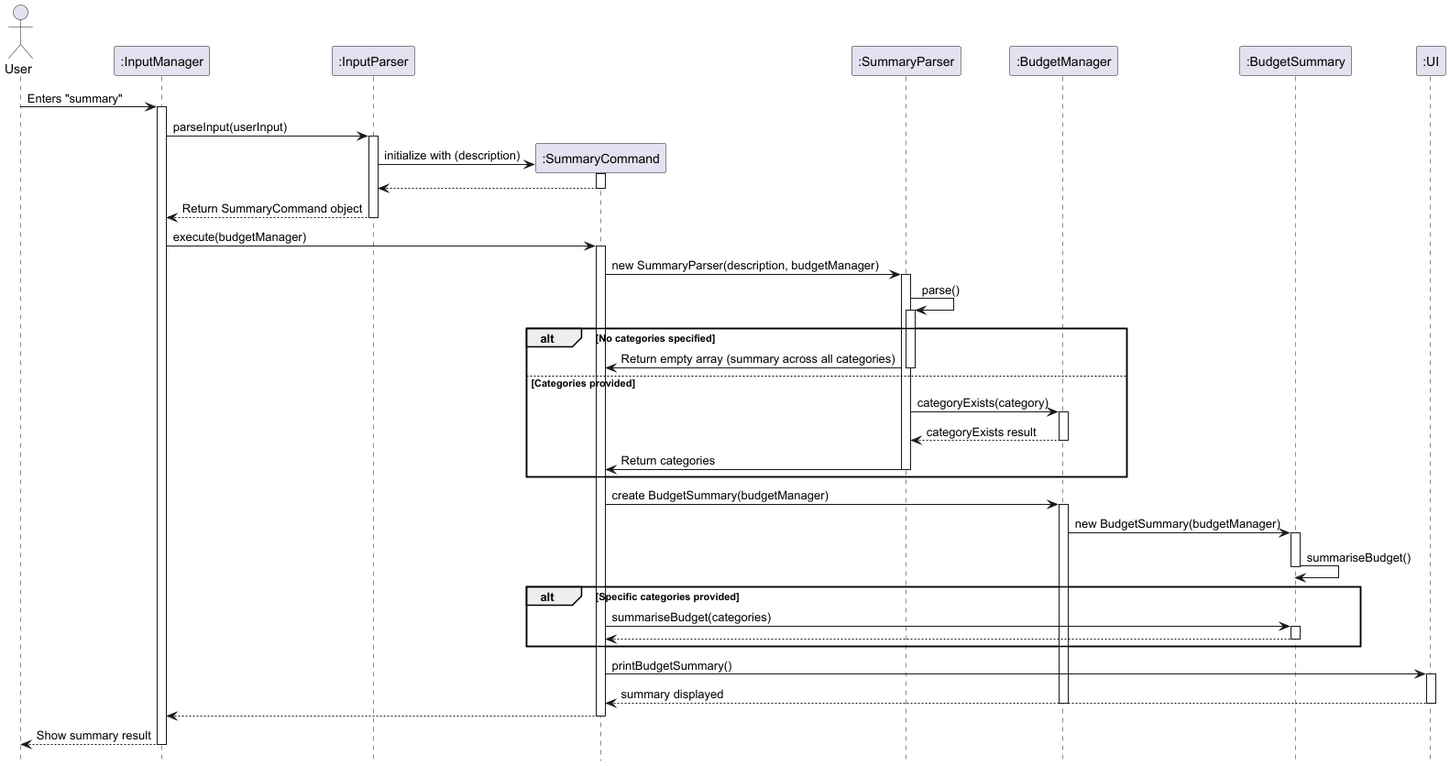
The PlantUML diagram docs/diagrams/SummarySequenceDiagram.png in AY2425S2-CS2113-T12-4/tp, before a commit. Its source is kept beside it as docs/diagrams/SummarySequenceDiagram.puml.
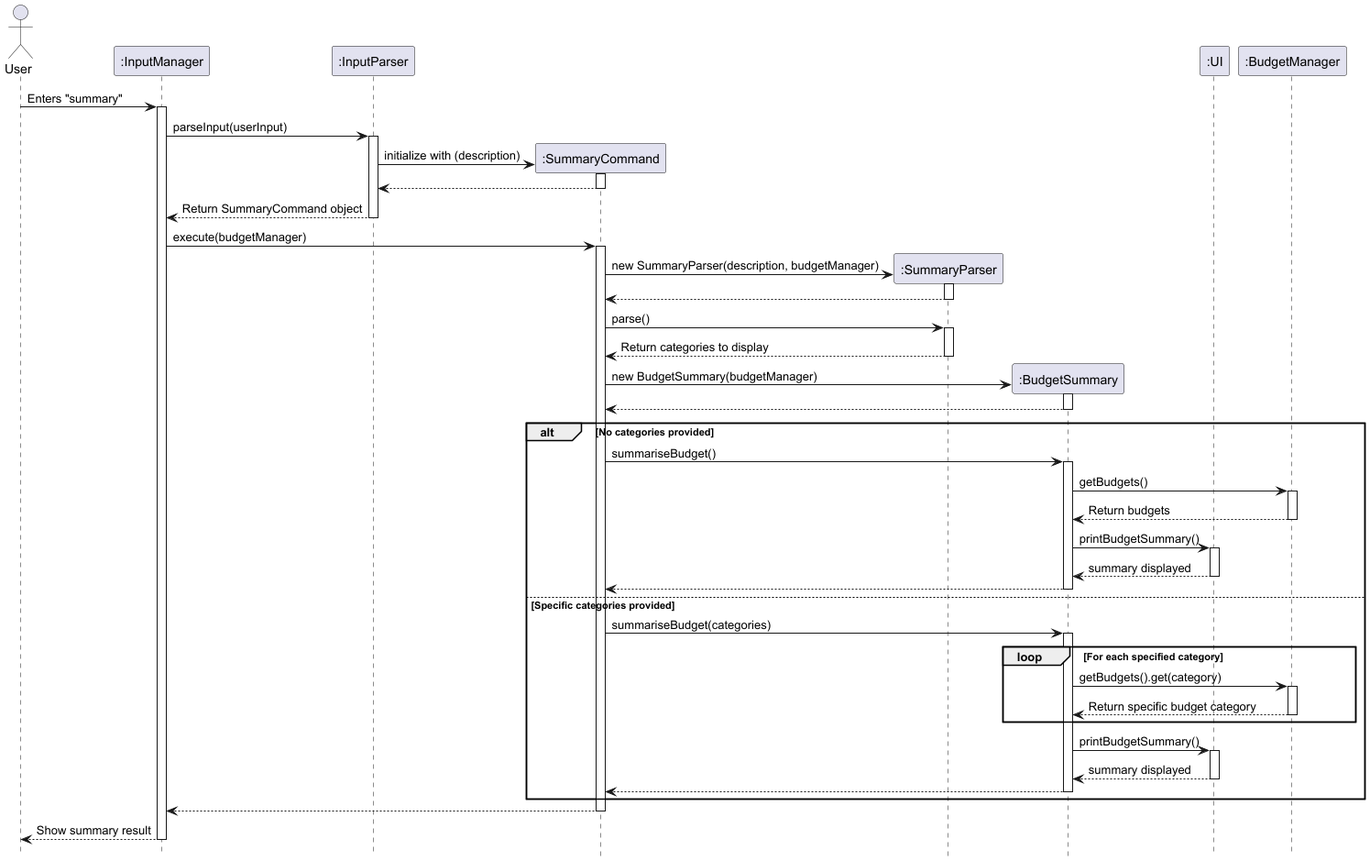
The same file after the commit.

What changed in the source:
```diff
@@ -8,9 +8,9 @@
 participant ":InputParser" as IP
 participant ":SummaryCommand" as SC
 participant ":SummaryParser" as SP
-participant ":BudgetManager" as BM
 participant ":BudgetSummary" as BS
 participant ":UI" as UI
+participant ":BudgetManager" as BM
 
 User -> IM: Enters "summary"
 activate IM
@@ -25,46 +25,63 @@
 deactivate IP
 IM -> SC: execute(budgetManager)
 activate SC
+create SP
 SC -> SP: new SummaryParser(description, budgetManager)
 activate SP
-SP -> SP: parse()
+SP --> SC
+deactivate SP
+
+SC -> SP: parse()
 activate SP
+SP --> SC : Return categories to display
 
-alt No categories specified
-    SP -> SC: Return empty array (summary across all categories)
-    deactivate SP
-else Categories provided
-    SP -> BM: categoryExists(category)
-    activate BM
-    BM --> SP: categoryExists result
-    deactivate BM
-    SP -> SC: Return categories
-    deactivate SP
+deactivate SP
+
+
+create BS
+SC -> BS: new BudgetSummary(budgetManager)
+activate BS
+BS --> SC
+deactivate BS
+
+alt No categories provided
+SC -> BS: summariseBudget()
+activate BS
+BS -> BM: getBudgets()
+activate BM
+BM --> BS: Return budgets
+deactivate BM
+BS -> UI: printBudgetSummary()
+activate UI
+UI --> BS: summary displayed
+deactivate UI
+BS--> SC
+deactivate BS
+
+else Specific categories provided
+SC -> BS: summariseBudget(categories)
+activate BS
+loop For each specified category
+BS -> BM: getBudgets().get(category)
+activate BM
+BM --> BS: Return specific budget category
+deactivate BM
+end
+BS -> UI: printBudgetSummary()
+activate UI
+UI --> BS: summary displayed
+deactivate UI
+BS--> SC
+deactivate BS
 end
 
-box SC #LightYellow
-SC -> BM: create BudgetSummary(budgetManager)
-activate BM
-BM -> BS: new BudgetSummary(budgetManager)
-activate BS
-BS -> BS: summariseBudget()
-deactivate BS
 
-alt Specific categories provided
-    SC -> BS: summariseBudget(categories)
-    activate BS
-    BS --> SC
-    deactivate BS
-end
 
-SC -> UI: printBudgetSummary()
-activate UI
-UI --> SC: summary displayed
-deactivate UI
+
 
 deactivate BM
 SC --> IM:
-end box
+
 deactivate SC
 IM --> User: Show summary result
 deactivate IM
```
